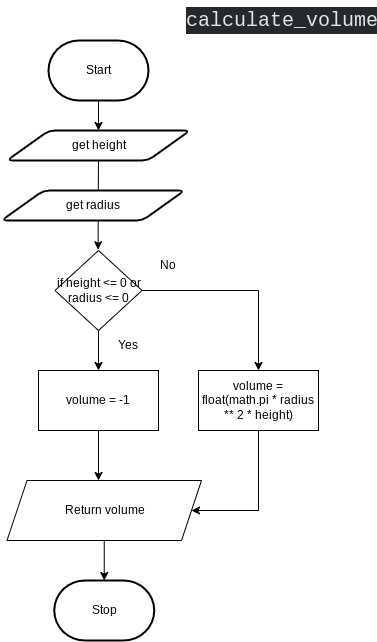
The draw.io diagram flowchat.png in Kyanh-Pham/ICS3U-Unit5-04-Python, before a commit. Source tidied: cells renumbered, new cells last; positions are measured from the earlier drawing's top-left corner, leaving out a move shared by most shapes.
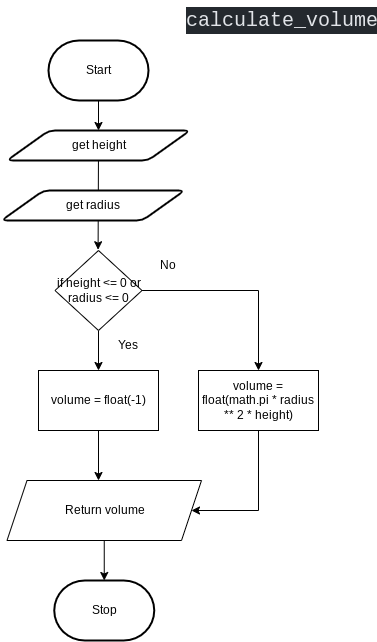
After the commit.

Commit message:
Volume of cylinder

Change to the diagram source:
```diff
@@ -33,7 +33,7 @@
         <mxPoint x="97" y="480" as="targetPoint" />
       </mxGeometry>
     </mxCell>
-    <mxCell id="10" value="volume = -1" style="rounded=0;whiteSpace=wrap;html=1;" parent="1" vertex="1">
+    <mxCell id="10" value="volume = float(-1)" style="rounded=0;whiteSpace=wrap;html=1;" parent="1" vertex="1">
       <mxGeometry x="37" y="370" width="120" height="60" as="geometry" />
     </mxCell>
     <mxCell id="11" style="edgeStyle=none;html=1;entryX=0.5;entryY=0;entryDx=0;entryDy=0;entryPerimeter=0;fontColor=#F0F0F0;" parent="1" edge="1" source="12" target="6">
```
